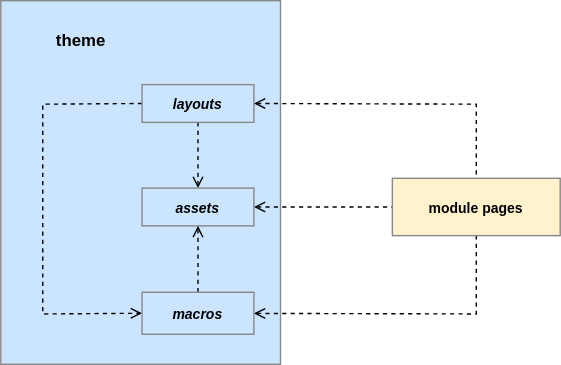
MalcomChumchouaPenda/Pigal-Flask keeps this draw.io diagram as docs/diagrams/pigal_theme_structure.drawio.svg. Above is the earlier version. Source tidied: cells renumbered, new cells last; positions are measured from the earlier drawing's top-left corner, leaving out a move shared by most shapes.
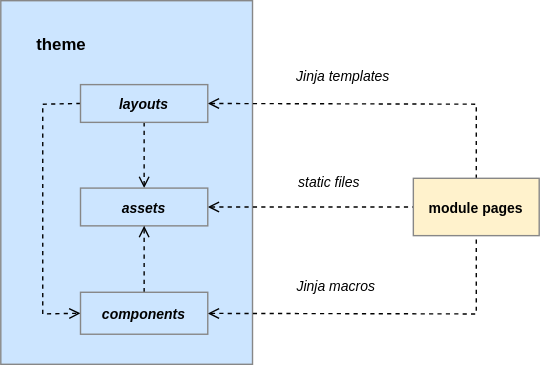
After the commit.

Commit message:
change theme/module architecture

What changed in the source:
```diff
@@ -3,10 +3,10 @@
     <mxCell id="0" />
     <mxCell id="1" parent="0" />
     <mxCell id="2" style="rounded=0;whiteSpace=wrap;html=1;fillColor=#CCE5FF;strokeColor=#878787;fontSize=12;" parent="1" vertex="1">
-      <mxGeometry width="200" height="260" as="geometry" />
+      <mxGeometry width="180" height="260" as="geometry" />
     </mxCell>
     <mxCell id="3" value="theme" style="text;html=1;strokeColor=none;fillColor=none;align=center;verticalAlign=middle;whiteSpace=wrap;rounded=0;fontStyle=1;fontSize=12;" parent="1" vertex="1">
-      <mxGeometry x="27" y="14" width="61" height="30" as="geometry" />
+      <mxGeometry x="13" y="17" width="61" height="30" as="geometry" />
     </mxCell>
     <mxCell id="4" style="edgeStyle=none;html=1;exitX=0.5;exitY=1;exitDx=0;exitDy=0;entryX=0.5;entryY=0;entryDx=0;entryDy=0;dashed=1;endArrow=open;endFill=0;" parent="1" edge="1" source="7" target="9">
       <mxGeometry relative="1" as="geometry" />
@@ -27,13 +27,13 @@
       </mxGeometry>
     </mxCell>
     <mxCell id="7" value="layouts" style="rounded=0;whiteSpace=wrap;html=1;fillColor=none;fontStyle=3;fontSize=10;strokeColor=#878787;strokeWidth=1;flipV=1;" parent="1" vertex="1">
-      <mxGeometry x="101" y="60" width="80" height="27" as="geometry" />
+      <mxGeometry x="57" y="60" width="91" height="27" as="geometry" />
     </mxCell>
     <mxCell id="8" style="edgeStyle=none;html=1;entryX=0;entryY=0.5;entryDx=0;entryDy=0;dashed=1;endArrow=none;endFill=0;rounded=0;curved=0;startArrow=open;startFill=0;" parent="1" edge="1" source="9" target="13">
       <mxGeometry relative="1" as="geometry" />
     </mxCell>
     <mxCell id="9" value="assets" style="rounded=0;whiteSpace=wrap;html=1;fillColor=none;fontStyle=3;fontSize=10;strokeColor=#878787;strokeWidth=1;flipV=1;" parent="1" vertex="1">
-      <mxGeometry x="101" y="134" width="80" height="27" as="geometry" />
+      <mxGeometry x="57" y="134" width="91" height="27" as="geometry" />
     </mxCell>
     <mxCell id="10" style="edgeStyle=none;html=1;entryX=0.5;entryY=1;entryDx=0;entryDy=0;dashed=1;endArrow=open;endFill=0;" parent="1" edge="1" source="12" target="9">
       <mxGeometry relative="1" as="geometry" />
@@ -45,11 +45,20 @@
         </Array>
       </mxGeometry>
     </mxCell>
-    <mxCell id="12" value="macros" style="rounded=0;whiteSpace=wrap;html=1;fillColor=none;fontStyle=3;fontSize=10;strokeColor=#878787;strokeWidth=1;flipV=1;" parent="1" vertex="1">
-      <mxGeometry x="101" y="208.5" width="80" height="30" as="geometry" />
+    <mxCell id="12" value="components" style="rounded=0;whiteSpace=wrap;html=1;fillColor=none;fontStyle=3;fontSize=10;strokeColor=#878787;strokeWidth=1;flipV=1;" parent="1" vertex="1">
+      <mxGeometry x="57" y="208.5" width="91" height="30" as="geometry" />
     </mxCell>
     <mxCell id="13" value="module pages" style="rounded=0;whiteSpace=wrap;html=1;fillColor=#FFF2CC;fontStyle=1;fontSize=10;strokeColor=#878787;strokeWidth=1;flipV=1;" parent="1" vertex="1">
-      <mxGeometry x="280" y="127" width="120" height="41" as="geometry" />
+      <mxGeometry x="295" y="127" width="90" height="41" as="geometry" />
     </mxCell>
+    <mxCell id="14" value="Jinja templates" style="rounded=0;whiteSpace=wrap;html=1;fillColor=none;fontStyle=2;fontSize=10;strokeColor=none;strokeWidth=1;flipV=1;" parent="1" vertex="1">
+      <mxGeometry x="205" y="40" width="80" height="27" as="geometry" />
+    </mxCell>
+    <mxCell id="15" value="static files" style="rounded=0;whiteSpace=wrap;html=1;fillColor=none;fontStyle=2;fontSize=10;strokeColor=none;strokeWidth=1;flipV=1;" parent="1" vertex="1">
+      <mxGeometry x="205" y="116.5" width="60" height="27" as="geometry" />
+    </mxCell>
+    <mxCell id="16" value="Jinja macros" style="rounded=0;whiteSpace=wrap;html=1;fillColor=none;fontStyle=2;fontSize=10;strokeColor=none;strokeWidth=1;flipV=1;" parent="1" vertex="1">
+      <mxGeometry x="205" y="190" width="70" height="27" as="geometry" />
+    </mxCell>
   </root>
 </mxGraphModel>
```
